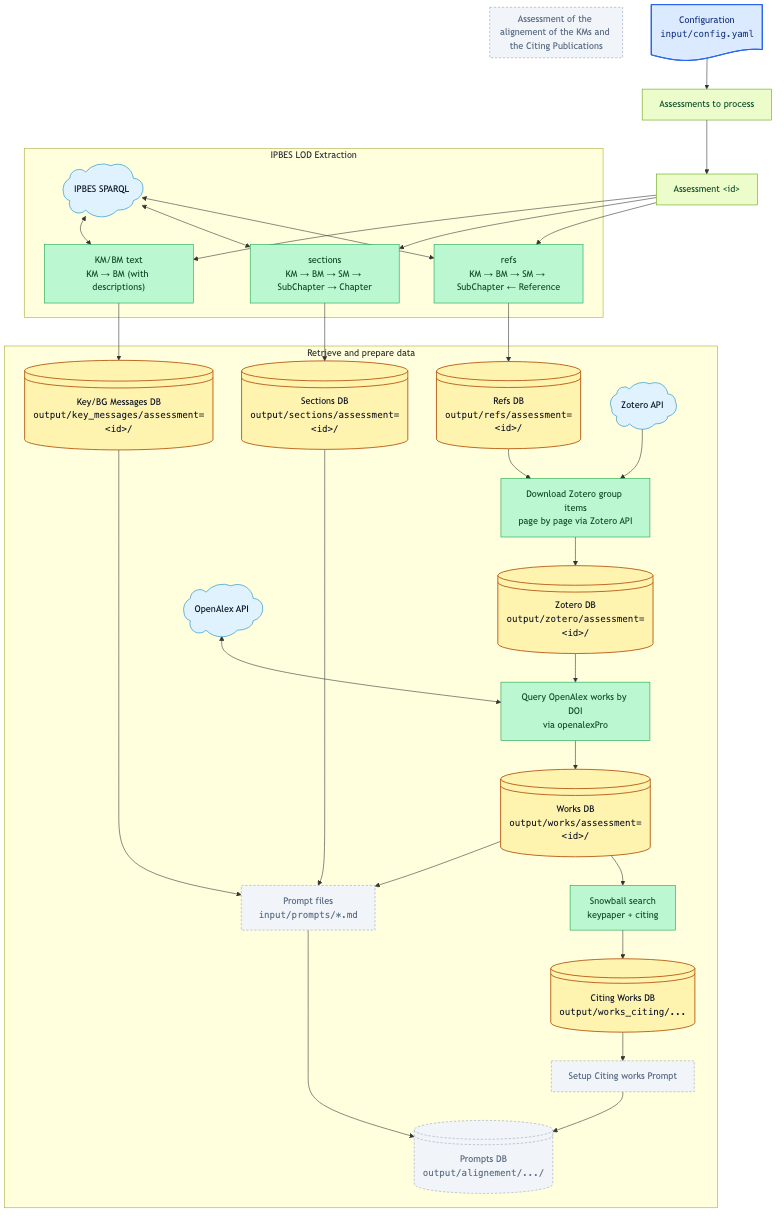
Above: output/figures/workflow.png in IPBES-Data/IPBES_BM_Fact_Checker (Mermaid), before the change. Its source is kept beside it as input/mmd/workflow.mmd.
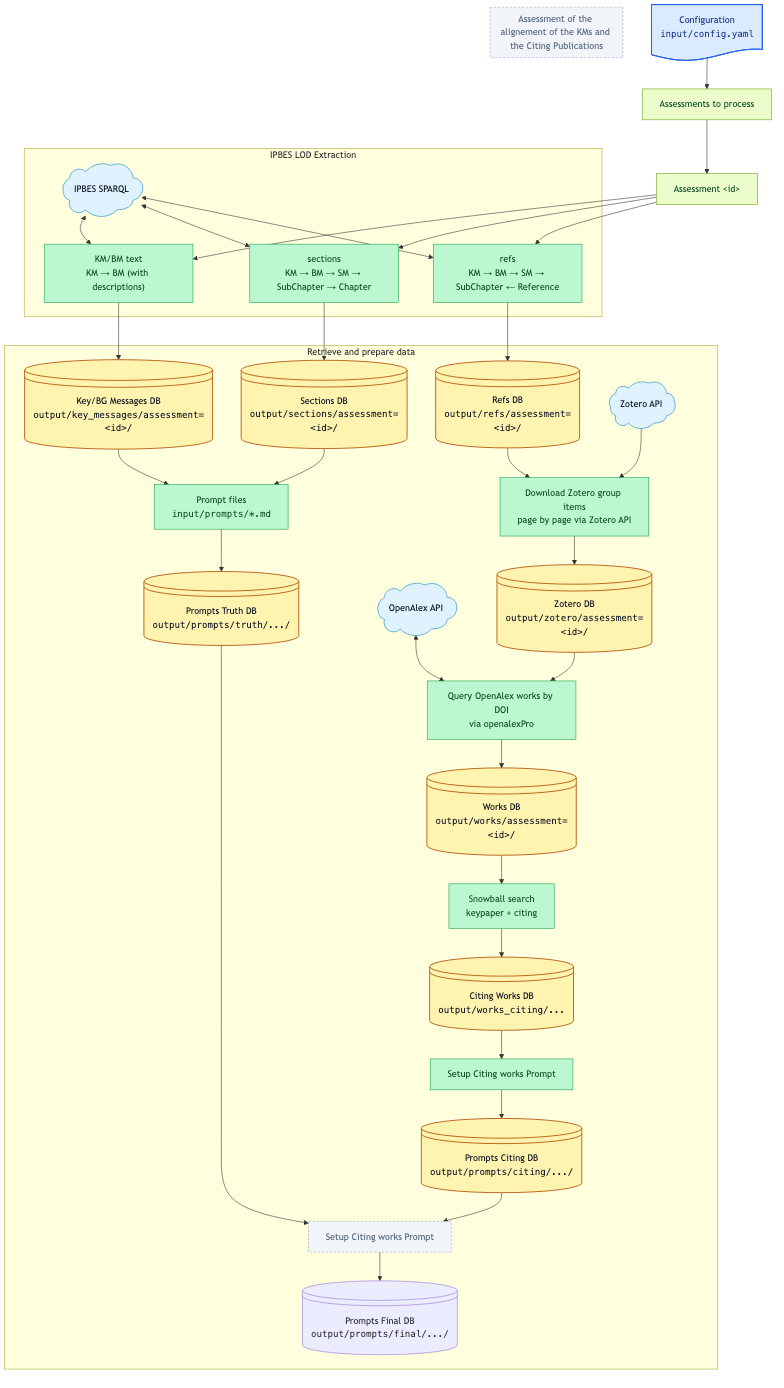
After the change.

Diff of the diagram source:
```diff
@@ -1,3 +1,9 @@
+---
+config:
+  layout: elk
+  elk:
+    nodePlacementStrategy: BRANDES_KOEPF
+---
 flowchart TD
 
   config_file@{ shape: doc, label: "Configuration <br><tt>input/config.yaml</tt>" }
@@ -35,13 +41,19 @@
     openalex@{ shape: cloud, label: "OpenAlex API" }
     works_db@{ shape: lin-cyl, label: "Works DB<br/><tt>output/works/assessment=&lt;id&gt;/</tt>" }
     citing_db@{ shape: lin-cyl, label: "Citing Works DB<br/><tt>output/works_citing/...</tt>" }
-    prompts_truth_db@{ shape: lin-cyl, label: "Prompts Truth DB<br/><tt>output/alignement/.../</tt>" }
-    prompts_citing_db@{ shape: lin-cyl, label: "Prompts Citing DB<br/><tt>output/alignement/.../</tt>" }
+    prompts_truth_db@{ shape: lin-cyl, label: "Prompts Truth DB<br/><tt>output/prompts/truth/.../</tt>" }
+    prompts_citing_db@{ shape: lin-cyl, label: "Prompts Citing DB<br/><tt>output/prompts/citing/.../</tt>" }
     download_zotero@{ shape: rect, label: "Download Zotero group items<br/>page by page via Zotero API" }
     download_works@{ shape: rect, label: "Query OpenAlex works by DOI<br/>via openalexPro" }
     snowball@{ shape: rect, label: "Snowball search<br/>keypaper + citing" }
+    truth_prompt@{ shape: doc, label: "Truth prompt template<br/><tt>input/prompts/truth.md</tt>" }
+    citing_prompt@{ shape: doc, label: "Citing prompt template<br/><tt>input/prompts/citing.md</tt>" }
+
+
     prompts_truth@{ shape: rect, label: "Prompt files<br/><tt>input/prompts/*.md</tt>" }
     prompts_citing@{ shape: rect, label: "Setup Citing works Prompt" }
+
+
 
     build_refs        --> refs_db
     build_sections    --> sections_db
@@ -59,17 +71,34 @@
     snowball --> citing_db
 
     key_messages_db --> prompts_truth
-    works_db --> prompts_truth
+    sections_db --> prompts_truth
+    truth_prompt --> prompts_truth
     prompts_truth --> prompts_truth_db
-    sections_db --> prompts_truth
 
     citing_db --> prompts_citing
+    citing_prompt --> prompts_citing
     prompts_citing --> prompts_citing_db
+
+
   end
 
   subgraph ai_assessment["Assessment of the alignement of the KMs and the Citing Publications"]
+    direction TB
 
+    system_prompt@{ shape: doc, label: "System prompt<br/><tt>input/prompts/system_prompt.md</tt>" }
+    openrouter@{ shape: cloud, label: "OpenRouter / ellmer" }
+    alignement_scoring@{ shape: rect, label: "Score citing prompts<br/>vs truth (shared prefix cache)" }
+    scores_db@{ shape: lin-cyl, label: "Scores DB<br/><tt>output/alignement_scores/.../</tt>" }
+
+    system_prompt --> alignement_scoring
+    openrouter <--> alignement_scoring
+    alignement_scoring --> scores_db
   end
+
+  data --> ai_assessment
+
+  prompts_truth_db --> alignement_scoring
+  prompts_citing_db --> alignement_scoring
 
 
   classDef input_file  fill:#dbeafe,stroke:#2563eb,color:#1e3a8a,stroke-width:1.5px;
@@ -79,11 +108,11 @@
   classDef helper      fill:#e0f2fe,stroke:#0284c7,color:#0f172a,stroke-width:1px;
   classDef disabled    fill:#f1f5f9,stroke:#94a3b8,color:#64748b,stroke-width:1px,stroke-dasharray:4 3;
 
+  linkStyle 29 stroke:transparent,fill:none;
+
   class config_file input_file;
   class assessment_list,assessment_id config;
-  class citing_db,refs_db,sections_db,key_messages_db,zotero_db,works_db database;
-  class build_refs,build_sections,build_key_messages,download_zotero,download_works,snowball processing;
-  class sparql,zotero_api,openalex helper;
-  class prompts_truth,prompts_citing,prompts_truth_db,prompts_citing_db disabled;
-
-  style ai_assessment fill:#f1f5f9,stroke:#94a3b8,color:#64748b,stroke-dasharray:4 3;
+  class citing_db,refs_db,sections_db,key_messages_db,zotero_db,works_db,prompts_truth_db,prompts_citing_db,scores_db database;
+  class build_refs,build_sections,build_key_messages,download_zotero,download_works,snowball,prompts_truth,prompts_citing,alignement_scoring processing;
+  class sparql,zotero_api,openalex,openrouter helper;
+  class system_prompt,truth_prompt,citing_prompt input_file;
```
